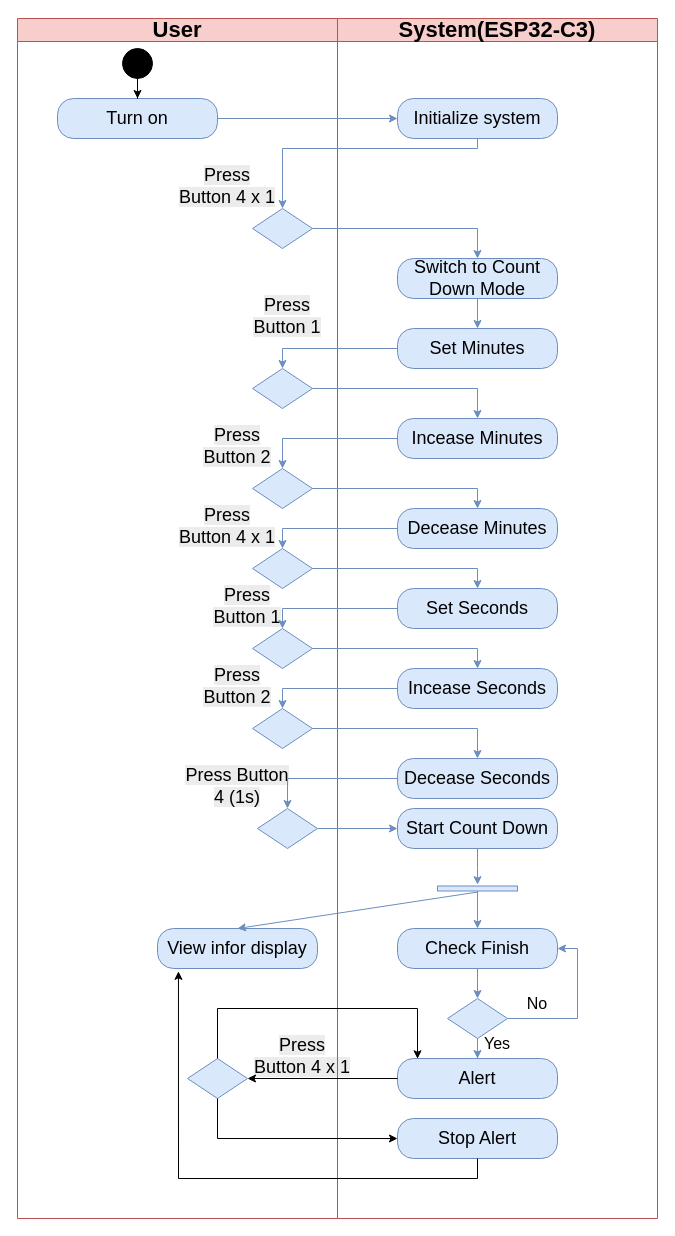
Before: page "Activity Count Down Diagram" (12 of 17) of UML.drawio in 106210049/CK_RTOS, a draw.io diagram. Source tidied: cells renumbered, new cells numbered last; positions are measured from the earlier drawing's top-left corner, leaving out a move shared by most shapes. Both pictures are drawn from the tidied source at 100%, with x=0, y=0 at pixel (17, 18).
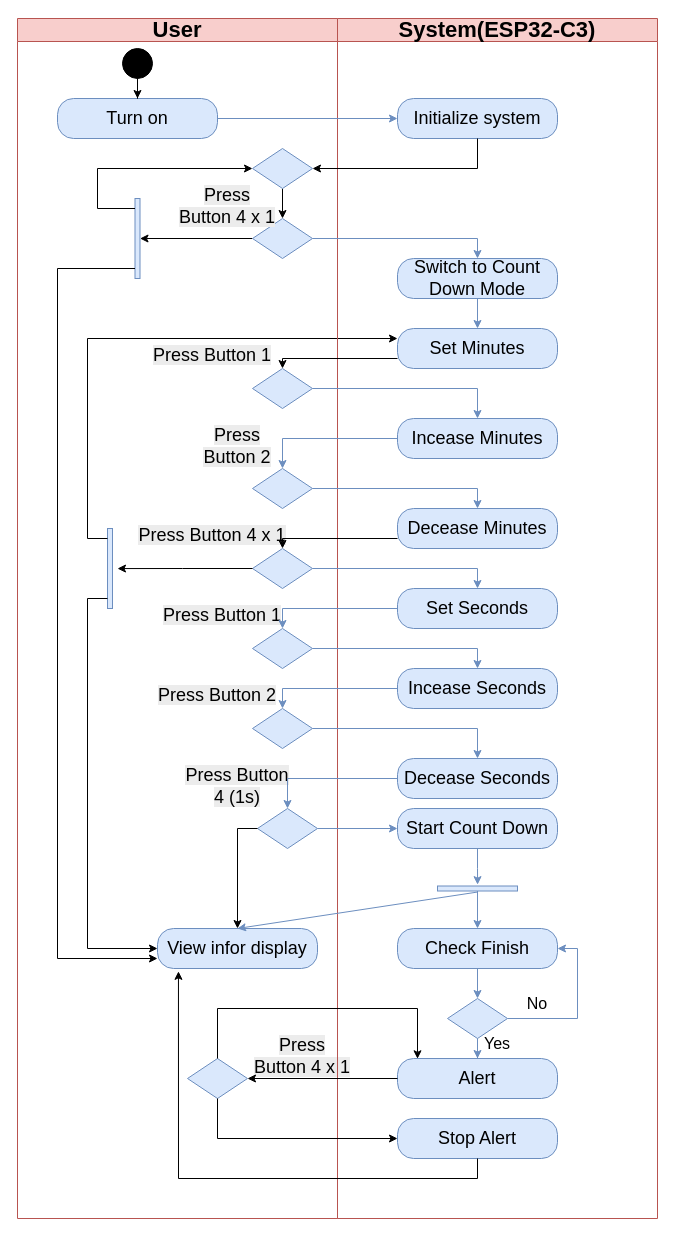
After the change.

The change refers to these unchanged cells:
```xml
<mxCell id="2" value="&lt;font style=&quot;font-size: 22px;&quot;&gt;User&lt;/font&gt;" style="swimlane;whiteSpace=wrap;html=1;fillColor=#f8cecc;strokeColor=#b85450;" parent="1" vertex="1">
  <mxGeometry width="320" height="1200" as="geometry" />
</mxCell>
<mxCell id="8" style="rhombus;whiteSpace=wrap;html=1;fillColor=#dae8fc;strokeColor=#6c8ebf;fontSize=18;" parent="2" vertex="1">
  <mxGeometry x="235" y="350" width="60" height="40" as="geometry" />
</mxCell>
<mxCell id="12" style="rhombus;whiteSpace=wrap;html=1;fillColor=#dae8fc;strokeColor=#6c8ebf;fontSize=18;" parent="2" vertex="1">
  <mxGeometry x="235" y="530" width="60" height="40" as="geometry" />
</mxCell>
<mxCell id="18" style="rhombus;whiteSpace=wrap;html=1;fillColor=#dae8fc;strokeColor=#6c8ebf;fontSize=18;" parent="2" vertex="1">
  <mxGeometry x="240" y="790" width="60" height="40" as="geometry" />
</mxCell>
<mxCell id="23" value="&lt;font&gt;Initialize system&lt;/font&gt;" style="rounded=1;whiteSpace=wrap;html=1;arcSize=40;fillColor=#dae8fc;strokeColor=#6c8ebf;fontSize=18;" parent="22" vertex="1">
  <mxGeometry x="60" y="80" width="160" height="40" as="geometry" />
</mxCell>
<mxCell id="26" value="View infor display" style="rounded=1;whiteSpace=wrap;html=1;arcSize=40;fillColor=#dae8fc;strokeColor=#6c8ebf;fontSize=18;" parent="22" vertex="1">
  <mxGeometry x="-180" y="910" width="160" height="40" as="geometry" />
</mxCell>
<mxCell id="27" value="&lt;font&gt;Decease Minutes&lt;/font&gt;" style="rounded=1;whiteSpace=wrap;html=1;arcSize=40;fillColor=#dae8fc;strokeColor=#6c8ebf;fontSize=18;" parent="22" vertex="1">
  <mxGeometry x="60" y="490" width="160" height="40" as="geometry" />
</mxCell>
<mxCell id="46" value="&lt;font&gt;Set Minutes&lt;/font&gt;" style="rounded=1;whiteSpace=wrap;html=1;arcSize=40;fillColor=#dae8fc;strokeColor=#6c8ebf;fontSize=18;" parent="22" vertex="1">
  <mxGeometry x="60" y="310" width="160" height="40" as="geometry" />
</mxCell>
```

Change to the diagram source:
```diff
@@
+    <mxCell id="66" style="edgeStyle=orthogonalEdgeStyle;rounded=0;jettySize=auto;html=1;" parent="2" edge="1" source="6" target="69">
+      <mxGeometry relative="1" as="geometry" />
+    </mxCell>
     <mxCell id="6" style="rhombus;whiteSpace=wrap;html=1;fillColor=#dae8fc;strokeColor=#6c8ebf;fontSize=18;" parent="2" vertex="1">
-      <mxGeometry x="235" y="190" width="60" height="40" as="geometry" />
+      <mxGeometry x="235" y="200" width="60" height="40" as="geometry" />
     </mxCell>
     <mxCell id="7" value="&lt;span style=&quot;color: rgb(0, 0, 0); font-family: Helvetica; font-size: 18px; font-style: normal; font-variant-ligatures: normal; font-variant-caps: normal; font-weight: 400; letter-spacing: normal; orphans: 2; text-indent: 0px; text-transform: none; widows: 2; word-spacing: 0px; -webkit-text-stroke-width: 0px; white-space: normal; background-color: rgb(236, 236, 236); text-decoration-thickness: initial; text-decoration-style: initial; text-decoration-color: initial; float: none; display: inline !important;&quot;&gt;Press Button 4 x 1&lt;/span&gt;" style="text;whiteSpace=wrap;html=1;align=center;" parent="2" vertex="1">
-      <mxGeometry x="160" y="140" width="100" height="40" as="geometry" />
+      <mxGeometry x="160" y="160" width="100" height="40" as="geometry" />
     </mxCell>
@@
     <mxCell id="9" value="&lt;span style=&quot;color: rgb(0, 0, 0); font-family: Helvetica; font-size: 18px; font-style: normal; font-variant-ligatures: normal; font-variant-caps: normal; font-weight: 400; letter-spacing: normal; orphans: 2; text-indent: 0px; text-transform: none; widows: 2; word-spacing: 0px; -webkit-text-stroke-width: 0px; white-space: normal; background-color: rgb(236, 236, 236); text-decoration-thickness: initial; text-decoration-style: initial; text-decoration-color: initial; float: none; display: inline !important;&quot;&gt;Press Button 1&lt;/span&gt;" style="text;whiteSpace=wrap;html=1;align=center;" parent="2" vertex="1">
-      <mxGeometry x="220" y="270" width="100" height="60" as="geometry" />
+      <mxGeometry x="130" y="320" width="130" height="40" as="geometry" />
     </mxCell>
@@
     <mxCell id="13" value="&lt;span style=&quot;color: rgb(0, 0, 0); font-family: Helvetica; font-size: 18px; font-style: normal; font-variant-ligatures: normal; font-variant-caps: normal; font-weight: 400; letter-spacing: normal; orphans: 2; text-indent: 0px; text-transform: none; widows: 2; word-spacing: 0px; -webkit-text-stroke-width: 0px; white-space: normal; background-color: rgb(236, 236, 236); text-decoration-thickness: initial; text-decoration-style: initial; text-decoration-color: initial; float: none; display: inline !important;&quot;&gt;Press Button 4 x 1&lt;/span&gt;" style="text;whiteSpace=wrap;html=1;align=center;" parent="2" vertex="1">
-      <mxGeometry x="160" y="480" width="100" height="40" as="geometry" />
+      <mxGeometry x="120" y="500" width="150" height="40" as="geometry" />
     </mxCell>
@@
     <mxCell id="15" value="&lt;span style=&quot;color: rgb(0, 0, 0); font-family: Helvetica; font-size: 18px; font-style: normal; font-variant-ligatures: normal; font-variant-caps: normal; font-weight: 400; letter-spacing: normal; orphans: 2; text-indent: 0px; text-transform: none; widows: 2; word-spacing: 0px; -webkit-text-stroke-width: 0px; white-space: normal; background-color: rgb(236, 236, 236); text-decoration-thickness: initial; text-decoration-style: initial; text-decoration-color: initial; float: none; display: inline !important;&quot;&gt;Press Button 1&lt;/span&gt;" style="text;whiteSpace=wrap;html=1;align=center;" parent="2" vertex="1">
-      <mxGeometry x="180" y="560" width="100" height="60" as="geometry" />
+      <mxGeometry x="135" y="580" width="140" height="40" as="geometry" />
     </mxCell>
@@
     <mxCell id="17" value="&lt;span style=&quot;color: rgb(0, 0, 0); font-family: Helvetica; font-size: 18px; font-style: normal; font-variant-ligatures: normal; font-variant-caps: normal; font-weight: 400; letter-spacing: normal; orphans: 2; text-indent: 0px; text-transform: none; widows: 2; word-spacing: 0px; -webkit-text-stroke-width: 0px; white-space: normal; background-color: rgb(236, 236, 236); text-decoration-thickness: initial; text-decoration-style: initial; text-decoration-color: initial; float: none; display: inline !important;&quot;&gt;Press Button 2&lt;/span&gt;" style="text;whiteSpace=wrap;html=1;align=center;" parent="2" vertex="1">
-      <mxGeometry x="170" y="640" width="100" height="60" as="geometry" />
+      <mxGeometry x="130" y="660" width="140" height="40" as="geometry" />
     </mxCell>
@@
+    <mxCell id="67" style="edgeStyle=orthogonalEdgeStyle;rounded=0;jettySize=auto;html=1;exitX=0.5;exitY=1;exitDx=0;exitDy=0;entryX=0.5;entryY=0;entryDx=0;entryDy=0;" parent="2" edge="1" source="68" target="6">
+      <mxGeometry relative="1" as="geometry" />
+    </mxCell>
+    <mxCell id="68" style="rhombus;whiteSpace=wrap;html=1;fillColor=#dae8fc;strokeColor=#6c8ebf;fontSize=18;" parent="2" vertex="1">
+      <mxGeometry x="235" y="130" width="60" height="40" as="geometry" />
+    </mxCell>
+    <mxCell id="69" style="html=1;points=[];perimeter=orthogonalPerimeter;fillColor=#dae8fc;rotation=-180;strokeColor=#6c8ebf;" parent="2" vertex="1">
+      <mxGeometry x="117.5" y="180" width="5" height="80" as="geometry" />
+    </mxCell>
+    <mxCell id="70" style="endArrow=none;html=1;rounded=0;" parent="2" edge="1">
+      <mxGeometry relative="1" as="geometry">
+        <mxPoint x="40" y="250" as="sourcePoint" />
+        <mxPoint x="117.5" y="250" as="targetPoint" />
+      </mxGeometry>
+    </mxCell>
+    <mxCell id="71" style="endArrow=none;html=1;rounded=0;" parent="2" edge="1">
+      <mxGeometry relative="1" as="geometry">
+        <mxPoint x="80" y="190" as="sourcePoint" />
+        <mxPoint x="117.5" y="190" as="targetPoint" />
+      </mxGeometry>
+    </mxCell>
+    <mxCell id="72" style="endArrow=none;html=1;rounded=0;" parent="2" edge="1">
+      <mxGeometry relative="1" as="geometry">
+        <mxPoint x="80" y="190" as="sourcePoint" />
+        <mxPoint x="80" y="150" as="targetPoint" />
+      </mxGeometry>
+    </mxCell>
+    <mxCell id="73" style="endArrow=classic;html=1;rounded=0;entryX=0;entryY=0.5;entryDx=0;entryDy=0;" parent="2" edge="1" target="68">
+      <mxGeometry relative="1" as="geometry">
+        <mxPoint x="80" y="150" as="sourcePoint" />
+      </mxGeometry>
+    </mxCell>
+    <mxCell id="74" style="endArrow=none;html=1;rounded=0;" parent="2" edge="1">
+      <mxGeometry relative="1" as="geometry">
+        <mxPoint x="40" y="940" as="sourcePoint" />
+        <mxPoint x="40" y="250" as="targetPoint" />
+      </mxGeometry>
+    </mxCell>
+    <mxCell id="75" style="endArrow=classic;html=1;rounded=0;entryX=0;entryY=0.5;entryDx=0;entryDy=0;" parent="2" edge="1">
+      <mxGeometry relative="1" as="geometry">
+        <mxPoint x="40" y="940" as="sourcePoint" />
+        <mxPoint x="140" y="940" as="targetPoint" />
+      </mxGeometry>
+    </mxCell>
+    <mxCell id="76" style="html=1;points=[];perimeter=orthogonalPerimeter;fillColor=#dae8fc;rotation=-180;strokeColor=#6c8ebf;" parent="2" vertex="1">
+      <mxGeometry x="90" y="510" width="5" height="80" as="geometry" />
+    </mxCell>
+    <mxCell id="77" style="edgeStyle=orthogonalEdgeStyle;rounded=0;jettySize=auto;html=1;exitX=0;exitY=0.5;exitDx=0;exitDy=0;entryX=-1;entryY=0.499;entryDx=0;entryDy=0;entryPerimeter=0;" parent="2" edge="1" source="12" target="76">
+      <mxGeometry relative="1" as="geometry" />
+    </mxCell>
+    <mxCell id="78" style="endArrow=none;html=1;rounded=0;" parent="2" edge="1">
+      <mxGeometry relative="1" as="geometry">
+        <mxPoint x="70" y="580" as="sourcePoint" />
+        <mxPoint x="90" y="580" as="targetPoint" />
+      </mxGeometry>
+    </mxCell>
+    <mxCell id="79" style="endArrow=none;html=1;rounded=0;" parent="2" edge="1">
+      <mxGeometry relative="1" as="geometry">
+        <mxPoint x="70" y="930" as="sourcePoint" />
+        <mxPoint x="70" y="580" as="targetPoint" />
+      </mxGeometry>
+    </mxCell>
+    <mxCell id="80" style="endArrow=classic;html=1;rounded=0;entryX=0;entryY=0.5;entryDx=0;entryDy=0;" parent="2" edge="1" target="26">
+      <mxGeometry relative="1" as="geometry">
+        <mxPoint x="70" y="930" as="sourcePoint" />
+      </mxGeometry>
+    </mxCell>
+    <mxCell id="81" style="endArrow=none;html=1;rounded=0;" parent="2" edge="1">
+      <mxGeometry relative="1" as="geometry">
+        <mxPoint x="70" y="520" as="sourcePoint" />
+        <mxPoint x="90" y="520" as="targetPoint" />
+      </mxGeometry>
+    </mxCell>
+    <mxCell id="82" style="endArrow=none;html=1;rounded=0;" parent="2" edge="1">
+      <mxGeometry relative="1" as="geometry">
+        <mxPoint x="70" y="520" as="sourcePoint" />
+        <mxPoint x="70" y="320" as="targetPoint" />
+      </mxGeometry>
+    </mxCell>
+    <mxCell id="83" style="endArrow=classic;html=1;rounded=0;entryX=0;entryY=0.25;entryDx=0;entryDy=0;" parent="2" edge="1" target="46">
+      <mxGeometry relative="1" as="geometry">
+        <mxPoint x="70" y="320" as="sourcePoint" />
+      </mxGeometry>
+    </mxCell>
@@
-    <mxCell id="50" style="edgeStyle=orthogonalEdgeStyle;rounded=0;jettySize=auto;html=1;entryX=0.5;entryY=0;entryDx=0;entryDy=0;fillColor=#dae8fc;strokeColor=#6c8ebf;" parent="1" edge="1" source="23" target="6">
-      <mxGeometry relative="1" as="geometry">
-        <Array as="points">
-          <mxPoint x="460" y="130" />
-          <mxPoint x="265" y="130" />
-        </Array>
-      </mxGeometry>
-    </mxCell>
-    <mxCell id="51" style="edgeStyle=orthogonalEdgeStyle;rounded=0;jettySize=auto;html=1;exitX=0;exitY=0.5;exitDx=0;exitDy=0;entryX=0.5;entryY=0;entryDx=0;entryDy=0;fillColor=#dae8fc;strokeColor=#6c8ebf;" parent="1" edge="1" source="46" target="8">
-      <mxGeometry relative="1" as="geometry" />
-    </mxCell>
@@
-    <mxCell id="55" style="edgeStyle=orthogonalEdgeStyle;rounded=0;jettySize=auto;html=1;entryX=0.5;entryY=0;entryDx=0;entryDy=0;fillColor=#dae8fc;strokeColor=#6c8ebf;" parent="1" edge="1" source="27" target="12">
-      <mxGeometry relative="1" as="geometry" />
-    </mxCell>
@@
+    <mxCell id="84" style="edgeStyle=orthogonalEdgeStyle;rounded=0;jettySize=auto;html=1;exitX=0;exitY=0.5;exitDx=0;exitDy=0;entryX=0.5;entryY=0;entryDx=0;entryDy=0;" parent="1" edge="1" source="18" target="26">
+      <mxGeometry relative="1" as="geometry" />
+    </mxCell>
+    <mxCell id="85" style="edgeStyle=orthogonalEdgeStyle;rounded=0;jettySize=auto;html=1;exitX=0.5;exitY=1;exitDx=0;exitDy=0;entryX=1;entryY=0.5;entryDx=0;entryDy=0;" parent="1" edge="1" source="23" target="68">
+      <mxGeometry relative="1" as="geometry" />
+    </mxCell>
+    <mxCell id="55" style="edgeStyle=orthogonalEdgeStyle;rounded=0;jettySize=auto;html=1;exitX=0;exitY=0.75;exitDx=0;exitDy=0;entryX=0.5;entryY=0;entryDx=0;entryDy=0;" parent="1" edge="1" source="27" target="12">
+      <mxGeometry relative="1" as="geometry">
+        <Array as="points">
+          <mxPoint x="265" y="520" />
+        </Array>
+      </mxGeometry>
+    </mxCell>
+    <mxCell id="51" style="edgeStyle=orthogonalEdgeStyle;rounded=0;jettySize=auto;html=1;exitX=0;exitY=0.75;exitDx=0;exitDy=0;entryX=0.5;entryY=0;entryDx=0;entryDy=0;" parent="1" edge="1" source="46" target="8">
+      <mxGeometry relative="1" as="geometry">
+        <Array as="points">
+          <mxPoint x="265" y="340" />
+        </Array>
+      </mxGeometry>
+    </mxCell>
```
